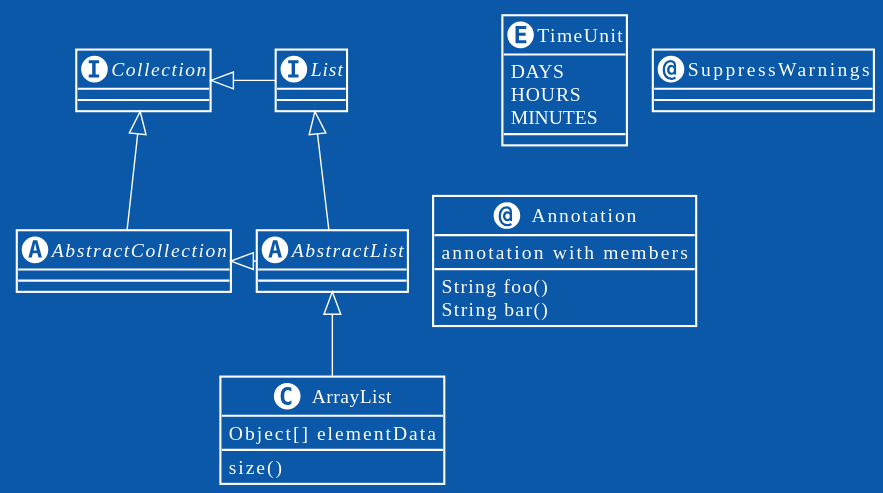
Above: gallery/img/Class-Abstract-Interface-amiga.svg in The-Lum/puml-themes-gallery (PlantUML), before the change. Its source is kept beside it as gallery/Class-Abstract-Interface-amiga.puml.
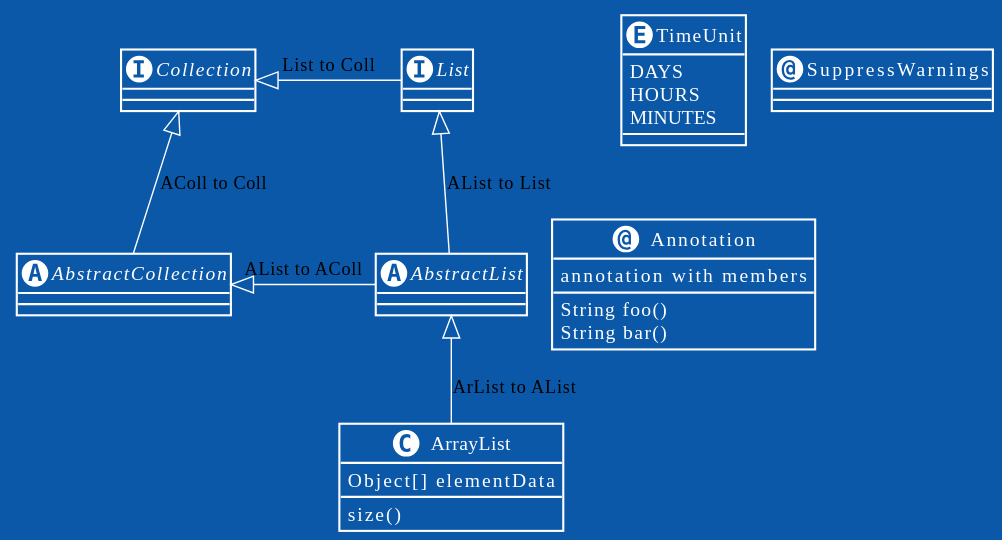
After the commit.

Diff of the diagram source:
```diff
@@ -5,12 +5,12 @@
 interface List
 interface Collection
 
-List <|-- AbstractList
-Collection <|-- AbstractCollection
+List <|-- AbstractList : AList to List
+Collection <|-- AbstractCollection : AColl to Coll
 
-Collection <|- List
-AbstractCollection <|- AbstractList
-AbstractList <|-- ArrayList
+Collection <|- List : List to Coll
+AbstractCollection <|- AbstractList : AList to AColl
+AbstractList <|-- ArrayList : ArList to AList
 
 class ArrayList {
   Object[] elementData
```
